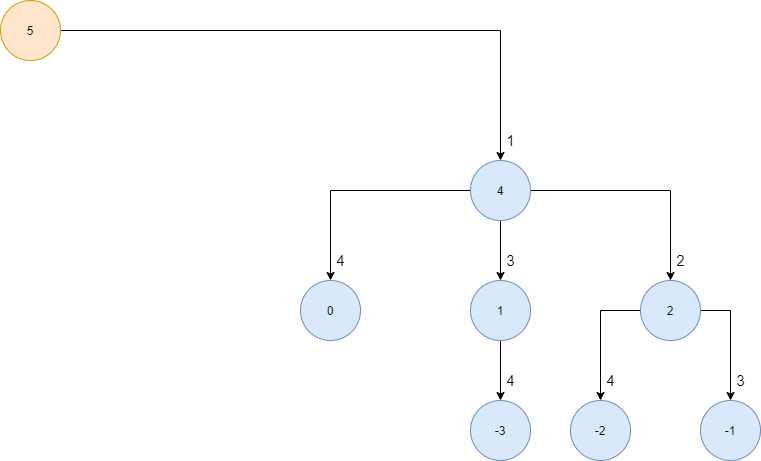
The draw.io diagram imgs/ex2/grafo1.png in grochavieira/dinamic-programming-project, before a commit. Source tidied: cells renumbered, new cells last; positions are measured from the earlier drawing's top-left corner, leaving out a move shared by most shapes.
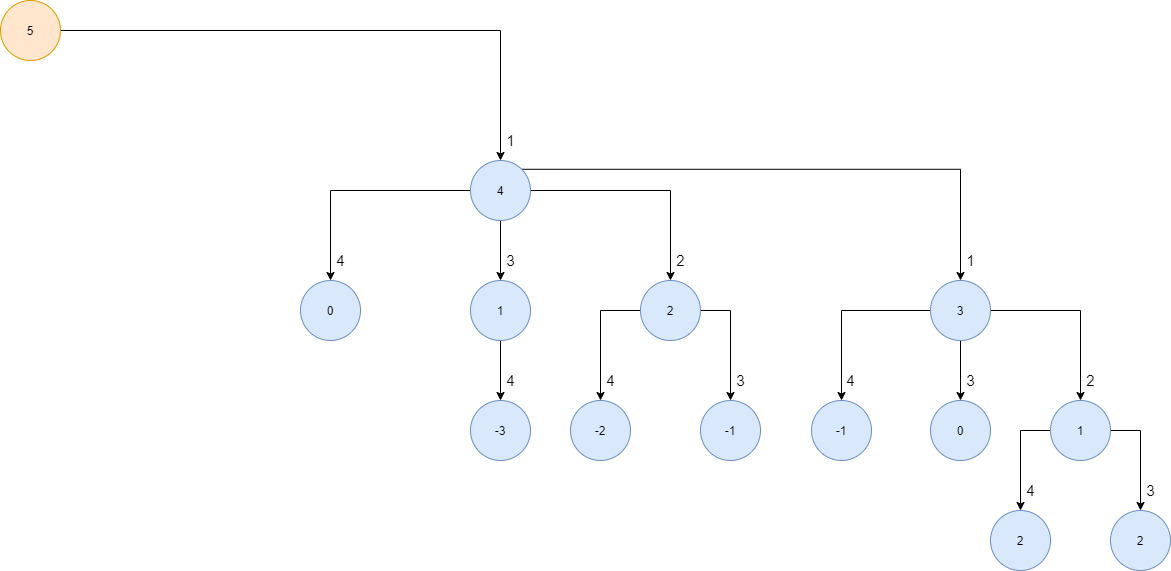
Later version of the same file.

What changed in the source:
```diff
@@ -17,6 +17,9 @@
     <mxCell id="6" style="edgeStyle=orthogonalEdgeStyle;rounded=0;jettySize=auto;html=1;exitX=0;exitY=0.5;exitDx=0;exitDy=0;entryX=0.5;entryY=0;entryDx=0;entryDy=0;" parent="1" edge="1" source="7" target="13">
       <mxGeometry relative="1" as="geometry" />
     </mxCell>
+    <mxCell id="24" style="edgeStyle=orthogonalEdgeStyle;rounded=0;jettySize=auto;html=1;exitX=1;exitY=0;exitDx=0;exitDy=0;endSize=6;strokeWidth=1;fontSize=15;" parent="1" edge="1" source="7" target="28">
+      <mxGeometry relative="1" as="geometry" />
+    </mxCell>
     <mxCell id="7" value="4" style="ellipse;whiteSpace=wrap;html=1;fillColor=#dae8fc;strokeColor=#6c8ebf;" parent="1" vertex="1">
       <mxGeometry x="470" y="160" width="60" height="60" as="geometry" />
     </mxCell>
@@ -68,5 +71,56 @@
     <mxCell id="23" value="4" style="text;html=1;align=center;verticalAlign=middle;fontSize=15;" parent="1" vertex="1">
       <mxGeometry x="500" y="370" width="20" height="20" as="geometry" />
     </mxCell>
+    <mxCell id="25" style="edgeStyle=orthogonalEdgeStyle;rounded=0;jettySize=auto;html=1;exitX=0;exitY=0.5;exitDx=0;exitDy=0;endSize=6;strokeWidth=1;fontSize=15;" parent="1" edge="1" source="28" target="30">
+      <mxGeometry relative="1" as="geometry" />
+    </mxCell>
+    <mxCell id="26" style="edgeStyle=orthogonalEdgeStyle;rounded=0;jettySize=auto;html=1;exitX=0.5;exitY=1;exitDx=0;exitDy=0;entryX=0.5;entryY=0;entryDx=0;entryDy=0;endSize=6;strokeWidth=1;fontSize=15;" parent="1" edge="1" source="28" target="31">
+      <mxGeometry relative="1" as="geometry" />
+    </mxCell>
+    <mxCell id="27" style="edgeStyle=orthogonalEdgeStyle;rounded=0;jettySize=auto;html=1;exitX=1;exitY=0.5;exitDx=0;exitDy=0;entryX=0.5;entryY=0;entryDx=0;entryDy=0;endSize=6;strokeWidth=1;fontSize=15;" parent="1" edge="1" source="28" target="34">
+      <mxGeometry relative="1" as="geometry" />
+    </mxCell>
+    <mxCell id="28" value="3" style="ellipse;whiteSpace=wrap;html=1;fillColor=#dae8fc;strokeColor=#6c8ebf;" parent="1" vertex="1">
+      <mxGeometry x="930" y="280" width="60" height="60" as="geometry" />
+    </mxCell>
+    <mxCell id="29" value="1" style="text;html=1;align=center;verticalAlign=middle;fontSize=15;" parent="1" vertex="1">
+      <mxGeometry x="960" y="250" width="20" height="20" as="geometry" />
+    </mxCell>
+    <mxCell id="30" value="-1" style="ellipse;whiteSpace=wrap;html=1;fillColor=#dae8fc;strokeColor=#6c8ebf;" parent="1" vertex="1">
+      <mxGeometry x="811" y="400" width="60" height="60" as="geometry" />
+    </mxCell>
+    <mxCell id="31" value="0" style="ellipse;whiteSpace=wrap;html=1;fillColor=#dae8fc;strokeColor=#6c8ebf;" parent="1" vertex="1">
+      <mxGeometry x="930" y="400" width="60" height="60" as="geometry" />
+    </mxCell>
+    <mxCell id="32" style="edgeStyle=orthogonalEdgeStyle;rounded=0;jettySize=auto;html=1;exitX=0;exitY=0.5;exitDx=0;exitDy=0;entryX=0.5;entryY=0;entryDx=0;entryDy=0;endSize=6;strokeWidth=1;fontSize=15;" parent="1" edge="1" source="34" target="35">
+      <mxGeometry relative="1" as="geometry" />
+    </mxCell>
+    <mxCell id="33" style="edgeStyle=orthogonalEdgeStyle;rounded=0;jettySize=auto;html=1;exitX=1;exitY=0.5;exitDx=0;exitDy=0;entryX=0.5;entryY=0;entryDx=0;entryDy=0;endSize=6;strokeWidth=1;fontSize=15;" parent="1" edge="1" source="34" target="36">
+      <mxGeometry relative="1" as="geometry" />
+    </mxCell>
+    <mxCell id="34" value="1" style="ellipse;whiteSpace=wrap;html=1;fillColor=#dae8fc;strokeColor=#6c8ebf;" parent="1" vertex="1">
+      <mxGeometry x="1050" y="400" width="60" height="60" as="geometry" />
+    </mxCell>
+    <mxCell id="35" value="2" style="ellipse;whiteSpace=wrap;html=1;fillColor=#dae8fc;strokeColor=#6c8ebf;" parent="1" vertex="1">
+      <mxGeometry x="990" y="510" width="60" height="60" as="geometry" />
+    </mxCell>
+    <mxCell id="36" value="2" style="ellipse;whiteSpace=wrap;html=1;fillColor=#dae8fc;strokeColor=#6c8ebf;" parent="1" vertex="1">
+      <mxGeometry x="1110" y="510" width="60" height="60" as="geometry" />
+    </mxCell>
+    <mxCell id="37" value="2" style="text;html=1;align=center;verticalAlign=middle;fontSize=15;" parent="1" vertex="1">
+      <mxGeometry x="1080" y="370" width="20" height="20" as="geometry" />
+    </mxCell>
+    <mxCell id="38" value="3" style="text;html=1;align=center;verticalAlign=middle;fontSize=15;" parent="1" vertex="1">
+      <mxGeometry x="960" y="370" width="20" height="20" as="geometry" />
+    </mxCell>
+    <mxCell id="39" value="4" style="text;html=1;align=center;verticalAlign=middle;fontSize=15;" parent="1" vertex="1">
+      <mxGeometry x="840" y="370" width="20" height="20" as="geometry" />
+    </mxCell>
+    <mxCell id="40" value="3" style="text;html=1;align=center;verticalAlign=middle;fontSize=15;" parent="1" vertex="1">
+      <mxGeometry x="1140" y="480" width="20" height="20" as="geometry" />
+    </mxCell>
+    <mxCell id="41" value="4" style="text;html=1;align=center;verticalAlign=middle;fontSize=15;" parent="1" vertex="1">
+      <mxGeometry x="1020" y="480" width="20" height="20" as="geometry" />
+    </mxCell>
   </root>
 </mxGraphModel>
```
